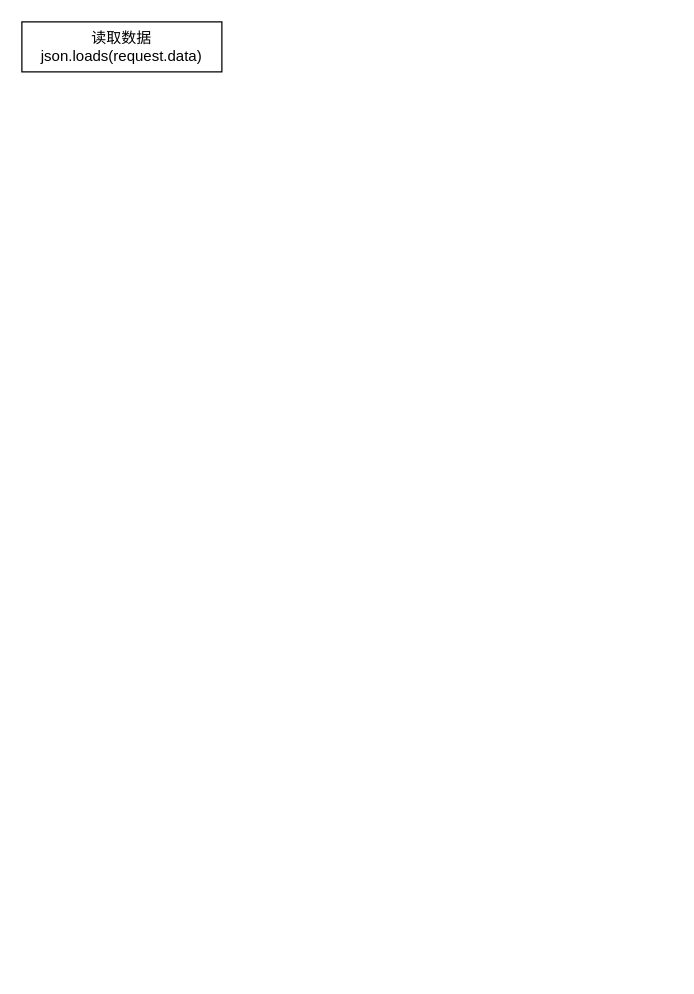
Above: authqrcode.drawio in zhangjiongcn/drawio (draw.io), before the change. Source tidied: cells renumbered, new cells numbered last; positions are measured from the earlier drawing's top-left corner, leaving out a move shared by most shapes. Both pictures are drawn from the tidied source at 125%, with x=0, y=0 at pixel (21, 21).
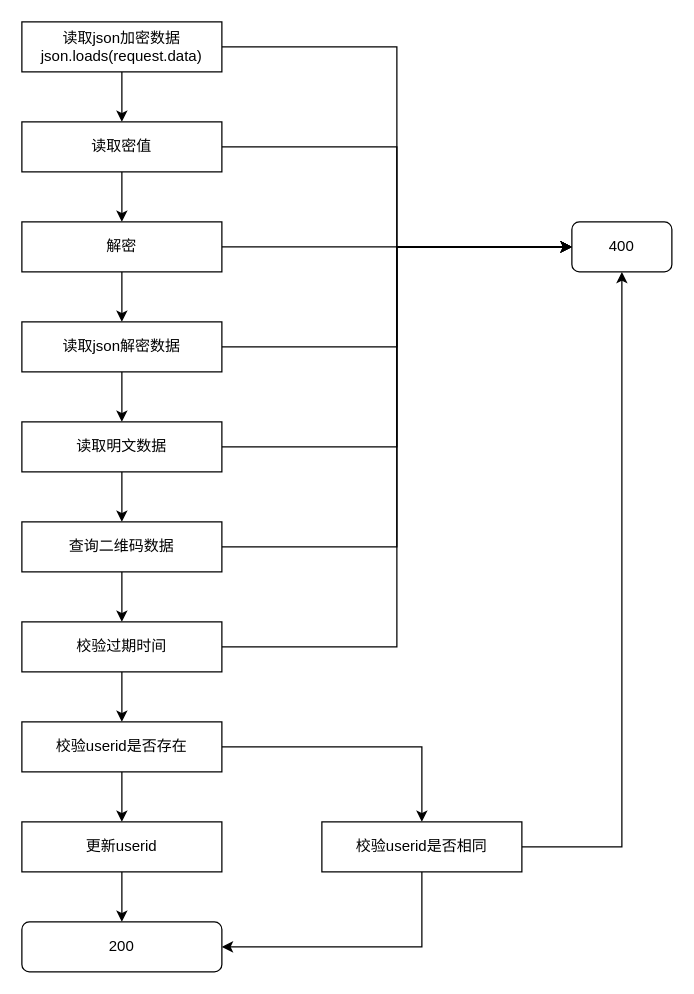
After the change.

Change to the diagram source:
```diff
@@
+    <mxCell id="3" style="edgeStyle=orthogonalEdgeStyle;rounded=0;jettySize=auto;html=1;" parent="1" edge="1" source="2" target="7">
+      <mxGeometry relative="1" as="geometry" />
+    </mxCell>
+    <mxCell id="4" style="edgeStyle=orthogonalEdgeStyle;rounded=0;jettySize=auto;html=1;entryX=0;entryY=0.5;entryDx=0;entryDy=0;" parent="1" edge="1" source="2" target="23">
+      <mxGeometry relative="1" as="geometry" />
+    </mxCell>
-    <mxCell id="2" value="读取数据&lt;br&gt;json.loads(request.data)" style="rounded=0;whiteSpace=wrap;html=1;" parent="1" vertex="1">
+    <mxCell id="2" value="读取json加密数据&lt;br&gt;json.loads(request.data)" style="rounded=0;whiteSpace=wrap;html=1;" parent="1" vertex="1">
       <mxGeometry width="160" height="40" as="geometry" />
     </mxCell>
+    <mxCell id="5" style="edgeStyle=orthogonalEdgeStyle;rounded=0;jettySize=auto;html=1;entryX=0.5;entryY=0;entryDx=0;entryDy=0;" parent="1" edge="1" source="7" target="10">
+      <mxGeometry relative="1" as="geometry" />
+    </mxCell>
+    <mxCell id="6" style="edgeStyle=orthogonalEdgeStyle;rounded=0;jettySize=auto;html=1;entryX=0;entryY=0.5;entryDx=0;entryDy=0;" parent="1" edge="1" source="7" target="23">
+      <mxGeometry relative="1" as="geometry" />
+    </mxCell>
+    <mxCell id="7" value="读取密值" style="rounded=0;whiteSpace=wrap;html=1;" parent="1" vertex="1">
+      <mxGeometry y="80" width="160" height="40" as="geometry" />
+    </mxCell>
+    <mxCell id="8" style="edgeStyle=orthogonalEdgeStyle;rounded=0;jettySize=auto;html=1;" parent="1" edge="1" source="10" target="13">
+      <mxGeometry relative="1" as="geometry" />
+    </mxCell>
+    <mxCell id="9" style="edgeStyle=orthogonalEdgeStyle;rounded=0;jettySize=auto;html=1;entryX=0;entryY=0.5;entryDx=0;entryDy=0;" parent="1" edge="1" source="10" target="23">
+      <mxGeometry relative="1" as="geometry" />
+    </mxCell>
+    <mxCell id="10" value="解密" style="rounded=0;whiteSpace=wrap;html=1;" parent="1" vertex="1">
+      <mxGeometry y="160" width="160" height="40" as="geometry" />
+    </mxCell>
+    <mxCell id="11" style="edgeStyle=orthogonalEdgeStyle;rounded=0;jettySize=auto;html=1;entryX=0.5;entryY=0;entryDx=0;entryDy=0;" parent="1" edge="1" source="13" target="16">
+      <mxGeometry relative="1" as="geometry" />
+    </mxCell>
+    <mxCell id="12" style="edgeStyle=orthogonalEdgeStyle;rounded=0;jettySize=auto;html=1;entryX=0;entryY=0.5;entryDx=0;entryDy=0;" parent="1" edge="1" source="13" target="23">
+      <mxGeometry relative="1" as="geometry" />
+    </mxCell>
+    <mxCell id="13" value="读取json解密数据" style="rounded=0;whiteSpace=wrap;html=1;" parent="1" vertex="1">
+      <mxGeometry y="240" width="160" height="40" as="geometry" />
+    </mxCell>
+    <mxCell id="14" style="edgeStyle=orthogonalEdgeStyle;rounded=0;jettySize=auto;html=1;" parent="1" edge="1" source="16" target="19">
+      <mxGeometry relative="1" as="geometry" />
+    </mxCell>
+    <mxCell id="15" style="edgeStyle=orthogonalEdgeStyle;rounded=0;jettySize=auto;html=1;entryX=0;entryY=0.5;entryDx=0;entryDy=0;" parent="1" edge="1" source="16" target="23">
+      <mxGeometry relative="1" as="geometry" />
+    </mxCell>
+    <mxCell id="16" value="读取明文数据" style="rounded=0;whiteSpace=wrap;html=1;" parent="1" vertex="1">
+      <mxGeometry y="320" width="160" height="40" as="geometry" />
+    </mxCell>
+    <mxCell id="17" style="edgeStyle=orthogonalEdgeStyle;rounded=0;jettySize=auto;html=1;entryX=0.5;entryY=0;entryDx=0;entryDy=0;" parent="1" edge="1" source="19" target="22">
+      <mxGeometry relative="1" as="geometry" />
+    </mxCell>
+    <mxCell id="18" style="edgeStyle=orthogonalEdgeStyle;rounded=0;jettySize=auto;html=1;entryX=0;entryY=0.5;entryDx=0;entryDy=0;" parent="1" edge="1" source="19" target="23">
+      <mxGeometry relative="1" as="geometry" />
+    </mxCell>
+    <mxCell id="19" value="查询二维码数据" style="rounded=0;whiteSpace=wrap;html=1;" parent="1" vertex="1">
+      <mxGeometry y="400" width="160" height="40" as="geometry" />
+    </mxCell>
+    <mxCell id="20" style="edgeStyle=orthogonalEdgeStyle;rounded=0;jettySize=auto;html=1;entryX=0;entryY=0.5;entryDx=0;entryDy=0;" parent="1" edge="1" source="22" target="23">
+      <mxGeometry relative="1" as="geometry" />
+    </mxCell>
+    <mxCell id="21" style="edgeStyle=orthogonalEdgeStyle;rounded=0;jettySize=auto;html=1;entryX=0.5;entryY=0;entryDx=0;entryDy=0;" parent="1" edge="1" source="22" target="26">
+      <mxGeometry relative="1" as="geometry" />
+    </mxCell>
+    <mxCell id="22" value="校验过期时间" style="rounded=0;whiteSpace=wrap;html=1;" parent="1" vertex="1">
+      <mxGeometry y="480" width="160" height="40" as="geometry" />
+    </mxCell>
+    <mxCell id="23" value="400" style="rounded=1;whiteSpace=wrap;html=1;" parent="1" vertex="1">
+      <mxGeometry x="440" y="160" width="80" height="40" as="geometry" />
+    </mxCell>
+    <mxCell id="24" style="edgeStyle=orthogonalEdgeStyle;rounded=0;jettySize=auto;html=1;" parent="1" edge="1" source="26" target="29">
+      <mxGeometry relative="1" as="geometry" />
+    </mxCell>
+    <mxCell id="25" style="edgeStyle=orthogonalEdgeStyle;rounded=0;jettySize=auto;html=1;" parent="1" edge="1" source="26" target="32">
+      <mxGeometry relative="1" as="geometry" />
+    </mxCell>
+    <mxCell id="26" value="校验userid是否存在" style="rounded=0;whiteSpace=wrap;html=1;" parent="1" vertex="1">
+      <mxGeometry y="560" width="160" height="40" as="geometry" />
+    </mxCell>
+    <mxCell id="27" style="edgeStyle=orthogonalEdgeStyle;rounded=0;jettySize=auto;html=1;" parent="1" edge="1" source="29" target="30">
+      <mxGeometry relative="1" as="geometry" />
+    </mxCell>
+    <mxCell id="28" style="edgeStyle=orthogonalEdgeStyle;rounded=0;jettySize=auto;html=1;entryX=0.5;entryY=1;entryDx=0;entryDy=0;" parent="1" edge="1" source="32" target="23">
+      <mxGeometry relative="1" as="geometry" />
+    </mxCell>
+    <mxCell id="29" value="更新userid" style="rounded=0;whiteSpace=wrap;html=1;" parent="1" vertex="1">
+      <mxGeometry y="640" width="160" height="40" as="geometry" />
+    </mxCell>
+    <mxCell id="30" value="200" style="rounded=1;whiteSpace=wrap;html=1;" parent="1" vertex="1">
+      <mxGeometry y="720" width="160" height="40" as="geometry" />
+    </mxCell>
+    <mxCell id="31" style="edgeStyle=orthogonalEdgeStyle;rounded=0;jettySize=auto;html=1;entryX=1;entryY=0.5;entryDx=0;entryDy=0;exitX=0.5;exitY=1;exitDx=0;exitDy=0;" parent="1" edge="1" source="32" target="30">
+      <mxGeometry relative="1" as="geometry" />
+    </mxCell>
+    <mxCell id="32" value="校验userid是否相同" style="rounded=0;whiteSpace=wrap;html=1;" parent="1" vertex="1">
+      <mxGeometry x="240" y="640" width="160" height="40" as="geometry" />
+    </mxCell>
```
